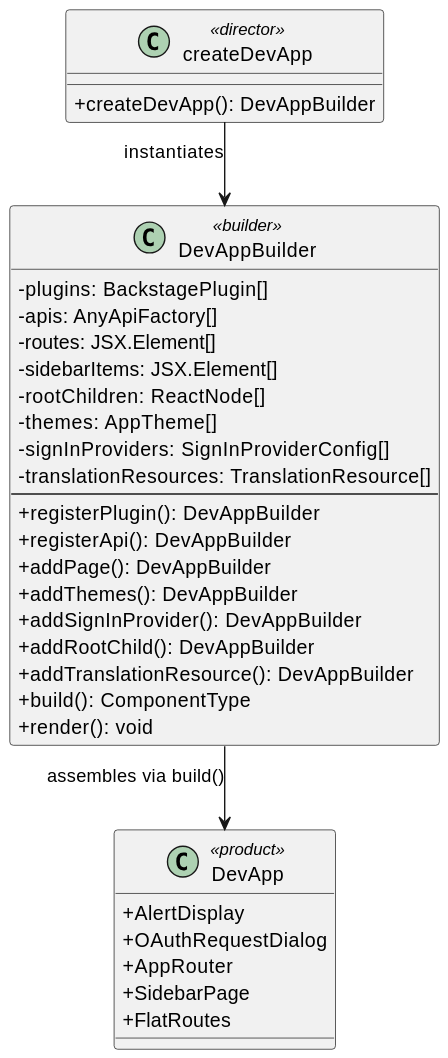
This is Reports/Software_Deisgn_img/DevAppBuilder_builder.svg from Group06-SwDA/Project, a PlantUML export, as it was before one commit. Its diagram source:
```plantuml
@startuml
skinparam classAttributeIconSize 0
skinparam linetype ortho

class createDevApp <<director>> {
  + createDevApp(): DevAppBuilder
}

class DevAppBuilder <<builder>> {
  - plugins: BackstagePlugin[]
  - apis: AnyApiFactory[]
  - routes: JSX.Element[]
  - sidebarItems: JSX.Element[]
  - rootChildren: ReactNode[]
  - themes: AppTheme[]
  - signInProviders: SignInProviderConfig[]
  - translationResources: TranslationResource[]
  --
  + registerPlugin(): DevAppBuilder
  + registerApi(): DevAppBuilder
  + addPage(): DevAppBuilder
  + addThemes(): DevAppBuilder
  + addSignInProvider(): DevAppBuilder
  + addRootChild(): DevAppBuilder
  + addTranslationResource(): DevAppBuilder
  + build(): ComponentType
  + render(): void
}

class DevApp <<product>> {
  + AlertDisplay
  + OAuthRequestDialog
  + AppRouter
  + SidebarPage
  + FlatRoutes
}

createDevApp --> DevAppBuilder : instantiates
DevAppBuilder --> DevApp : assembles via build()
@enduml
```
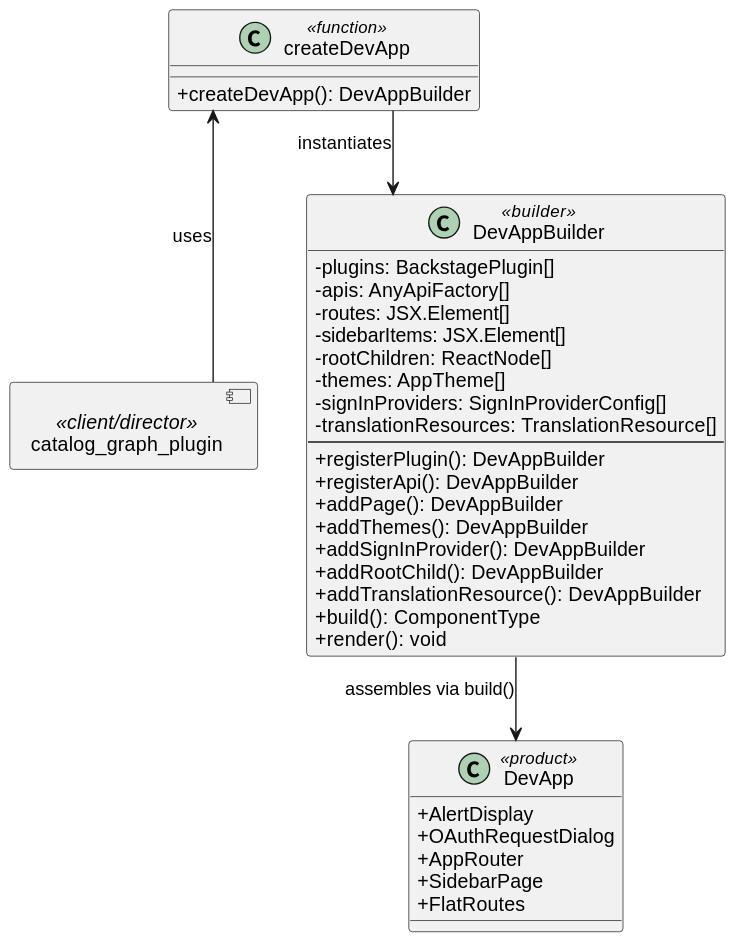
After the change.

Commit message:
docs: writing Builder Pattern and added some images

Diff of the diagram source:
```diff
@@ -1,10 +1,14 @@
 @startuml
+allowmixing
 skinparam classAttributeIconSize 0
 skinparam linetype ortho
 
-class createDevApp <<director>> {
+class createDevApp <<function>>{
   + createDevApp(): DevAppBuilder
 }
+
+component catalog_graph_plugin <<client/director>>
+
 
 class DevAppBuilder <<builder>> {
   - plugins: BackstagePlugin[]
@@ -36,5 +40,6 @@
 }
 
 createDevApp --> DevAppBuilder : instantiates
+createDevApp <-- catalog_graph_plugin : uses
 DevAppBuilder --> DevApp : assembles via build()
 @enduml
```
